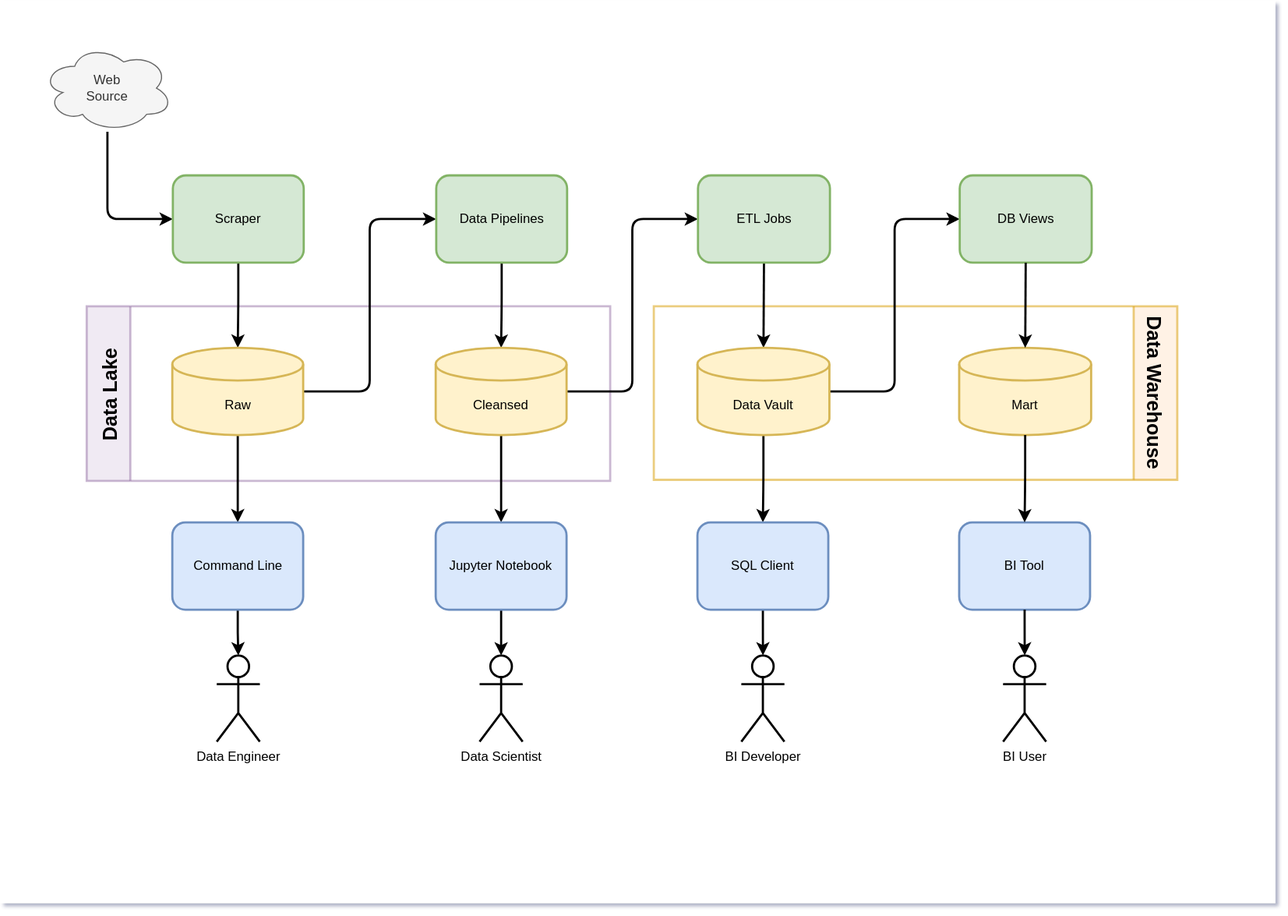
This is doc/architecture-overview.drawio.svg from petracarrion/job-market-analytics, a draw.io export, as it was before one commit. Source tidied: cells renumbered, new cells last; positions are measured from the earlier drawing's top-left corner, leaving out a move shared by most shapes.
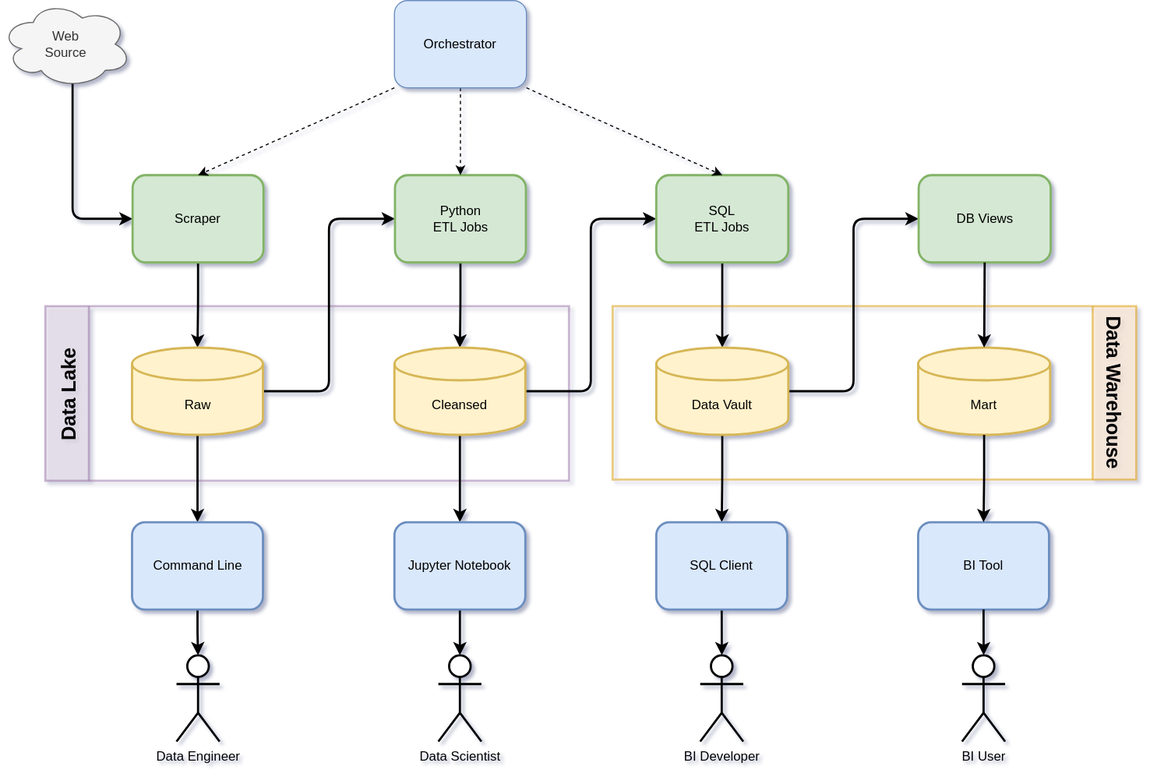
The same diagram one commit later.

Diff of the diagram source:
```diff
@@ -1,10 +1,6 @@
 <mxGraphModel shadow="1">
   <root>
     <mxCell id="0" />
-    <mxCell id="1" parent="0" />
-    <mxCell id="2" style="rounded=0;whiteSpace=wrap;html=1;strokeColor=none;" parent="1" vertex="1">
-      <mxGeometry width="1169" height="827" as="geometry" />
-    </mxCell>
     <mxCell id="3" value="Overview" parent="0" />
     <mxCell id="4" value="Data Lake" style="swimlane;horizontal=0;fontSize=18;startSize=40;fillColor=#e1d5e7;strokeColor=#9673a6;strokeWidth=2;opacity=50;" parent="3" vertex="1">
       <mxGeometry x="79" y="280" width="480" height="160" as="geometry" />
@@ -12,17 +8,21 @@
     <mxCell id="5" value="Data Warehouse" style="swimlane;horizontal=0;fontSize=18;startSize=40;fillColor=#ffe6cc;strokeColor=#d79b00;rotation=-180;strokeWidth=2;opacity=50;" parent="3" vertex="1">
       <mxGeometry x="599" y="280" width="480" height="159" as="geometry" />
     </mxCell>
-    <mxCell id="6" style="edgeStyle=orthogonalEdgeStyle;rounded=1;sketch=0;jumpStyle=arc;jettySize=auto;html=1;entryX=0;entryY=0.5;entryDx=0;entryDy=0;shadow=0;fontSize=18;fontColor=#E6E6E6;strokeWidth=2;" parent="3" edge="1" source="7" target="9">
-      <mxGeometry relative="1" as="geometry" />
+    <mxCell id="6" style="edgeStyle=orthogonalEdgeStyle;rounded=1;sketch=0;jumpStyle=arc;jettySize=auto;html=1;entryX=0;entryY=0.5;entryDx=0;entryDy=0;shadow=0;fontSize=18;fontColor=#E6E6E6;strokeWidth=2;exitX=0.55;exitY=0.95;exitDx=0;exitDy=0;exitPerimeter=0;" parent="3" edge="1" source="7" target="9">
+      <mxGeometry relative="1" as="geometry">
+        <Array as="points">
+          <mxPoint x="104" y="200" />
+        </Array>
+      </mxGeometry>
     </mxCell>
     <mxCell id="7" value="Web&lt;br&gt;Source" style="ellipse;shape=cloud;whiteSpace=wrap;html=1;fillColor=#f5f5f5;strokeColor=#666666;fontColor=#333333;" parent="3" vertex="1">
-      <mxGeometry x="38" y="40" width="120" height="80" as="geometry" />
+      <mxGeometry x="38" width="120" height="80" as="geometry" />
     </mxCell>
     <mxCell id="8" style="edgeStyle=orthogonalEdgeStyle;rounded=1;jettySize=auto;html=1;strokeWidth=2;" parent="3" edge="1" source="9" target="12">
       <mxGeometry relative="1" as="geometry" />
     </mxCell>
     <mxCell id="9" value="Scraper" style="rounded=1;whiteSpace=wrap;html=1;fillColor=#d5e8d4;strokeColor=#82b366;strokeWidth=2;perimeterSpacing=0;" parent="3" vertex="1">
-      <mxGeometry x="158" y="160" width="120" height="80" as="geometry" />
+      <mxGeometry x="159" y="160" width="120" height="80" as="geometry" />
     </mxCell>
     <mxCell id="10" style="edgeStyle=orthogonalEdgeStyle;rounded=1;jettySize=auto;html=1;entryX=0;entryY=0.5;entryDx=0;entryDy=0;strokeWidth=2;" parent="3" edge="1" source="12" target="14">
       <mxGeometry relative="1" as="geometry" />
@@ -31,12 +31,12 @@
       <mxGeometry relative="1" as="geometry" />
     </mxCell>
     <mxCell id="12" value="Raw" style="shape=cylinder3;whiteSpace=wrap;html=1;boundedLbl=1;backgroundOutline=1;size=15;fillColor=#fff2cc;strokeColor=#d6b656;strokeWidth=2;perimeterSpacing=0;" parent="3" vertex="1">
-      <mxGeometry x="157.5" y="318" width="120" height="80" as="geometry" />
+      <mxGeometry x="158.5" y="318" width="120" height="80" as="geometry" />
     </mxCell>
     <mxCell id="13" style="edgeStyle=orthogonalEdgeStyle;rounded=1;jettySize=auto;html=1;strokeWidth=2;" parent="3" edge="1" source="14" target="17">
       <mxGeometry relative="1" as="geometry" />
     </mxCell>
-    <mxCell id="14" value="Data Pipelines" style="rounded=1;whiteSpace=wrap;html=1;fillColor=#d5e8d4;strokeColor=#82b366;strokeWidth=2;perimeterSpacing=0;" parent="3" vertex="1">
+    <mxCell id="14" value="Python&lt;br&gt;ETL Jobs" style="rounded=1;whiteSpace=wrap;html=1;fillColor=#d5e8d4;strokeColor=#82b366;strokeWidth=2;perimeterSpacing=0;" parent="3" vertex="1">
       <mxGeometry x="399.5" y="160" width="120" height="80" as="geometry" />
     </mxCell>
     <mxCell id="15" style="edgeStyle=orthogonalEdgeStyle;rounded=1;jettySize=auto;html=1;entryX=0;entryY=0.5;entryDx=0;entryDy=0;strokeWidth=2;" parent="3" edge="1" source="17" target="19">
@@ -51,8 +51,8 @@
     <mxCell id="18" style="edgeStyle=orthogonalEdgeStyle;rounded=1;jettySize=auto;html=1;entryX=0.5;entryY=0;entryDx=0;entryDy=0;entryPerimeter=0;strokeWidth=2;jumpStyle=arc;shadow=0;sketch=0;" parent="3" edge="1" source="19" target="22">
       <mxGeometry relative="1" as="geometry" />
     </mxCell>
-    <mxCell id="19" value="ETL Jobs" style="rounded=1;whiteSpace=wrap;html=1;fillColor=#d5e8d4;strokeColor=#82b366;strokeWidth=2;perimeterSpacing=0;" parent="3" vertex="1">
-      <mxGeometry x="639.5" y="160" width="121" height="80" as="geometry" />
+    <mxCell id="19" value="SQL&lt;br&gt;ETL Jobs" style="rounded=1;whiteSpace=wrap;html=1;fillColor=#d5e8d4;strokeColor=#82b366;strokeWidth=2;perimeterSpacing=0;" parent="3" vertex="1">
+      <mxGeometry x="639" y="160" width="121" height="80" as="geometry" />
     </mxCell>
     <mxCell id="20" style="edgeStyle=orthogonalEdgeStyle;rounded=1;jettySize=auto;html=1;strokeWidth=2;" parent="3" edge="1" source="22" target="24">
       <mxGeometry relative="1" as="geometry" />
@@ -85,10 +85,10 @@
       <mxGeometry relative="1" as="geometry" />
     </mxCell>
     <mxCell id="30" value="Command Line" style="rounded=1;whiteSpace=wrap;html=1;fillColor=#dae8fc;strokeColor=#6c8ebf;strokeWidth=2;" parent="3" vertex="1">
-      <mxGeometry x="157.5" y="478" width="120" height="80" as="geometry" />
+      <mxGeometry x="158.5" y="478" width="120" height="80" as="geometry" />
     </mxCell>
     <mxCell id="31" value="Data Engineer" style="shape=umlActor;verticalLabelPosition=bottom;verticalAlign=top;html=1;outlineConnect=0;strokeWidth=2;" parent="3" vertex="1">
-      <mxGeometry x="198.2" y="600" width="39.5" height="79" as="geometry" />
+      <mxGeometry x="199.2" y="600" width="39.5" height="79" as="geometry" />
     </mxCell>
     <mxCell id="32" value="DB Views" style="rounded=1;whiteSpace=wrap;html=1;fillColor=#d5e8d4;strokeColor=#82b366;strokeWidth=2;perimeterSpacing=0;" parent="3" vertex="1">
       <mxGeometry x="879.5" y="160" width="121" height="80" as="geometry" />
@@ -111,5 +111,17 @@
     <mxCell id="38" style="edgeStyle=orthogonalEdgeStyle;rounded=1;jettySize=auto;html=1;strokeWidth=2;" parent="3" edge="1" source="35" target="37">
       <mxGeometry relative="1" as="geometry" />
     </mxCell>
+    <mxCell id="39" style="rounded=0;jettySize=auto;html=1;entryX=0.5;entryY=0;entryDx=0;entryDy=0;exitX=0;exitY=1;exitDx=0;exitDy=0;strokeWidth=1;dashed=1;endArrow=classic;endFill=1;" parent="3" edge="1" source="42" target="9">
+      <mxGeometry relative="1" as="geometry" />
+    </mxCell>
+    <mxCell id="40" style="edgeStyle=none;rounded=0;jettySize=auto;html=1;entryX=0.5;entryY=0;entryDx=0;entryDy=0;exitX=0.5;exitY=1;exitDx=0;exitDy=0;dashed=1;" parent="3" edge="1" source="42" target="14">
+      <mxGeometry relative="1" as="geometry" />
+    </mxCell>
+    <mxCell id="41" style="edgeStyle=none;rounded=0;jettySize=auto;html=1;entryX=0.5;entryY=0;entryDx=0;entryDy=0;exitX=1;exitY=1;exitDx=0;exitDy=0;dashed=1;" parent="3" edge="1" source="42" target="19">
+      <mxGeometry relative="1" as="geometry" />
+    </mxCell>
+    <mxCell id="42" value="Orchestrator" style="rounded=1;whiteSpace=wrap;html=1;fillColor=#dae8fc;strokeColor=#6c8ebf;" parent="3" vertex="1">
+      <mxGeometry x="399" width="121" height="80" as="geometry" />
+    </mxCell>
   </root>
 </mxGraphModel>
```
